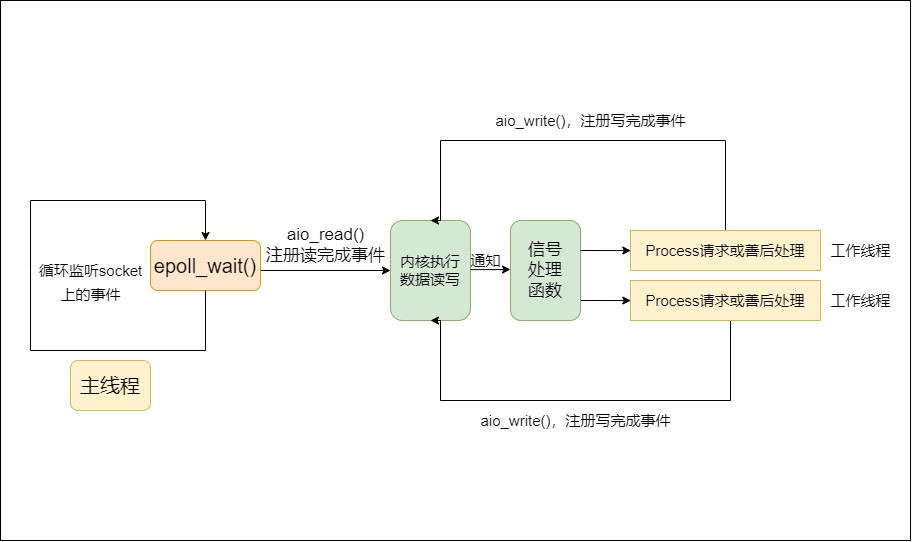
mo-xiaoxiu/imagefrommyblog keeps this draw.io diagram as data/Proactor.drawio.png. Above is the earlier version. Source tidied: cells renumbered, new cells last; positions are measured from the earlier drawing's top-left corner, leaving out a move shared by most shapes.
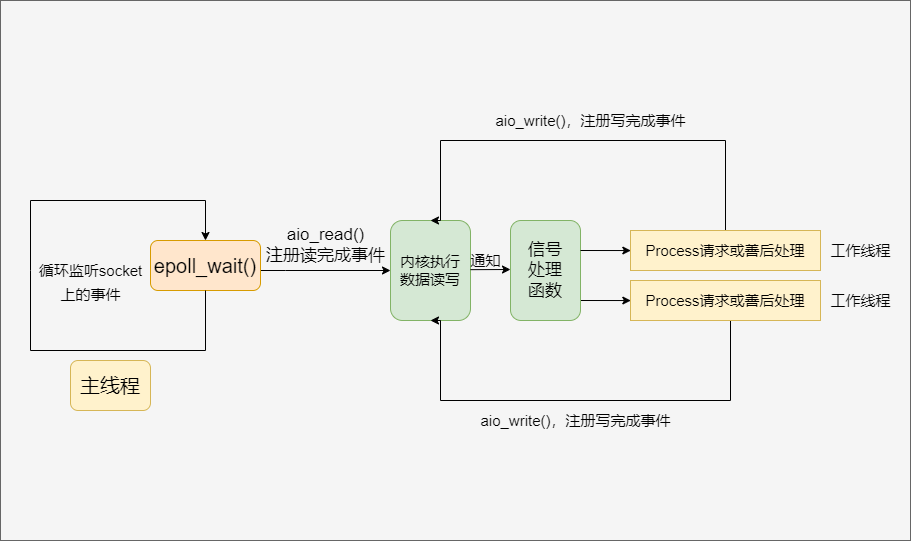
After the commit.

Change to the diagram source:
```diff
@@ -2,7 +2,7 @@
   <root>
     <mxCell id="0" />
     <mxCell id="1" parent="0" />
-    <mxCell id="2" style="rounded=0;whiteSpace=wrap;html=1;fontSize=17;" parent="1" vertex="1">
+    <mxCell id="2" style="rounded=0;whiteSpace=wrap;html=1;fontSize=17;fillColor=#f5f5f5;fontColor=#333333;strokeColor=#666666;" parent="1" vertex="1">
       <mxGeometry width="910" height="540" as="geometry" />
     </mxCell>
     <mxCell id="3" value="&lt;font style=&quot;font-size: 20px&quot;&gt;主线程&lt;/font&gt;" style="rounded=1;whiteSpace=wrap;html=1;fillColor=#fff2cc;strokeColor=#d6b656;" parent="1" vertex="1">
```
